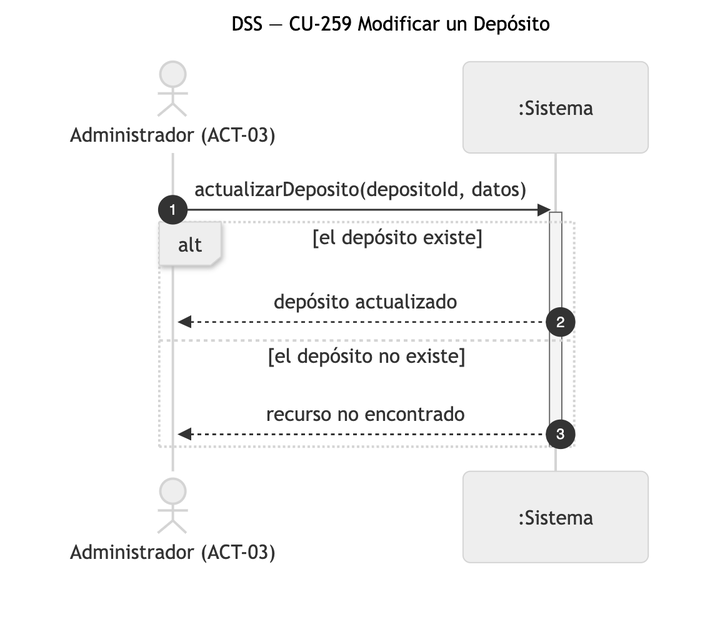
Earlier version of the Mermaid export diagramas/png/DSS_CU-259_Modificar-un-Deposito.png (Nahuelito-Dev/splg-docs). Its source is kept beside it as diagramas/DSS_CU-259_Modificar-un-Deposito.mmd.
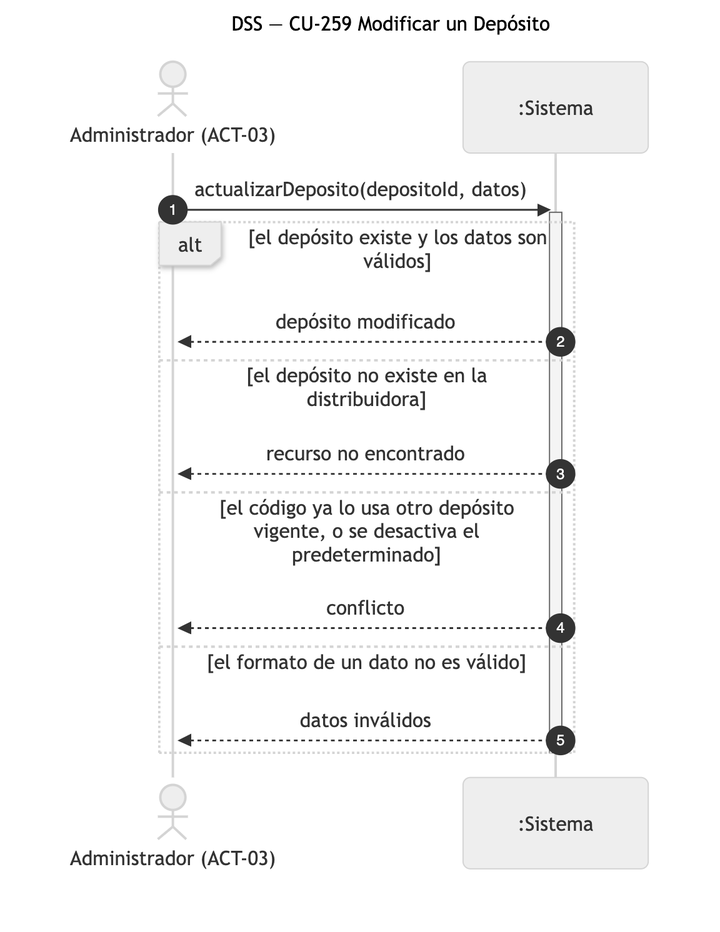
Above is the later version.

The edit, as a diff of the source:
```diff
@@ -6,9 +6,13 @@
 
     ADM->>SIS: actualizarDeposito(depositoId, datos)
     activate SIS
-    alt el depósito existe
-        SIS-->>ADM: depósito actualizado
-    else el depósito no existe
+    alt el depósito existe y los datos son válidos
+        SIS-->>ADM: depósito modificado
+    else el depósito no existe en la distribuidora
         SIS-->>ADM: recurso no encontrado
+    else el código ya lo usa otro depósito vigente, o se desactiva el predeterminado
+        SIS-->>ADM: conflicto
+    else el formato de un dato no es válido
+        SIS-->>ADM: datos inválidos
     end
     deactivate SIS
```
